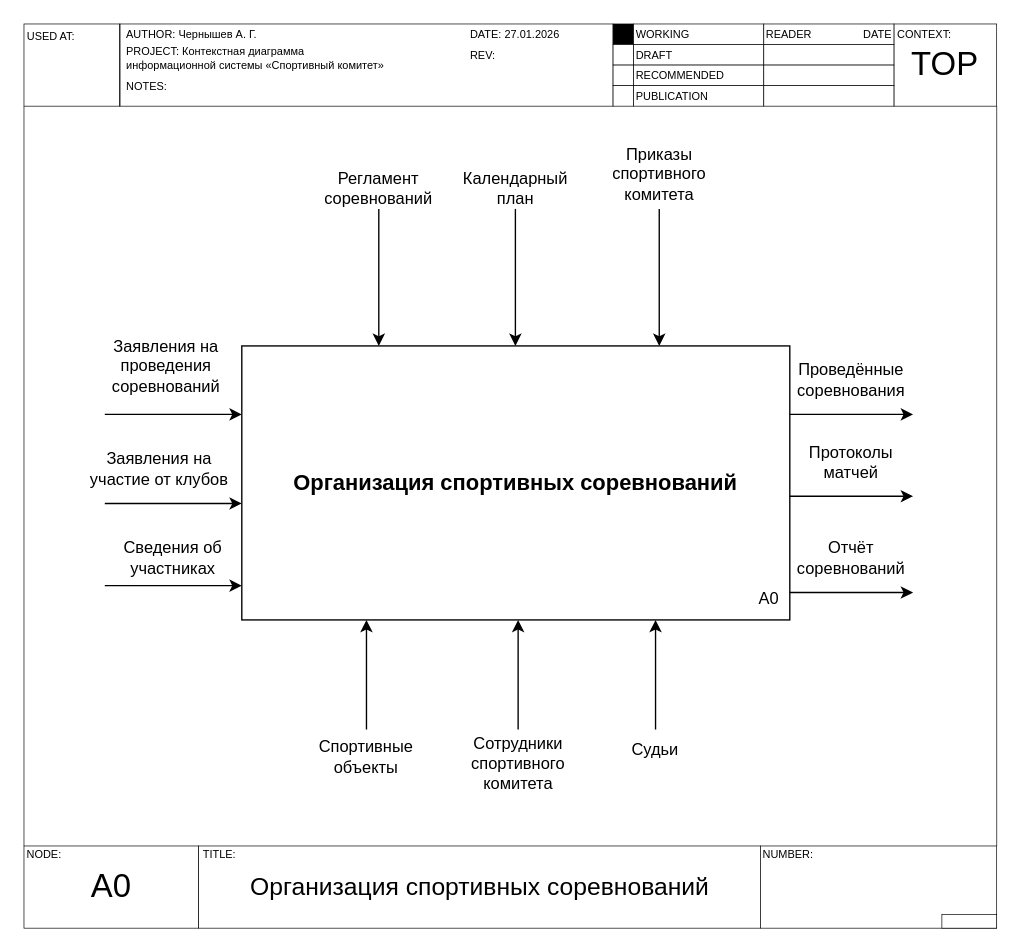
Before: page "IDEF0 (контекстная)" (1 of 10) of Диаграммы ИС «Спортивный комитет».drawio in antonch985/Education, a draw.io diagram. Source tidied: cells renumbered, new cells numbered last; positions are measured from the earlier drawing's top-left corner, leaving out a move shared by most shapes. Both pictures are drawn from the tidied source at 137%, with x=0, y=0 at pixel (23, 23).
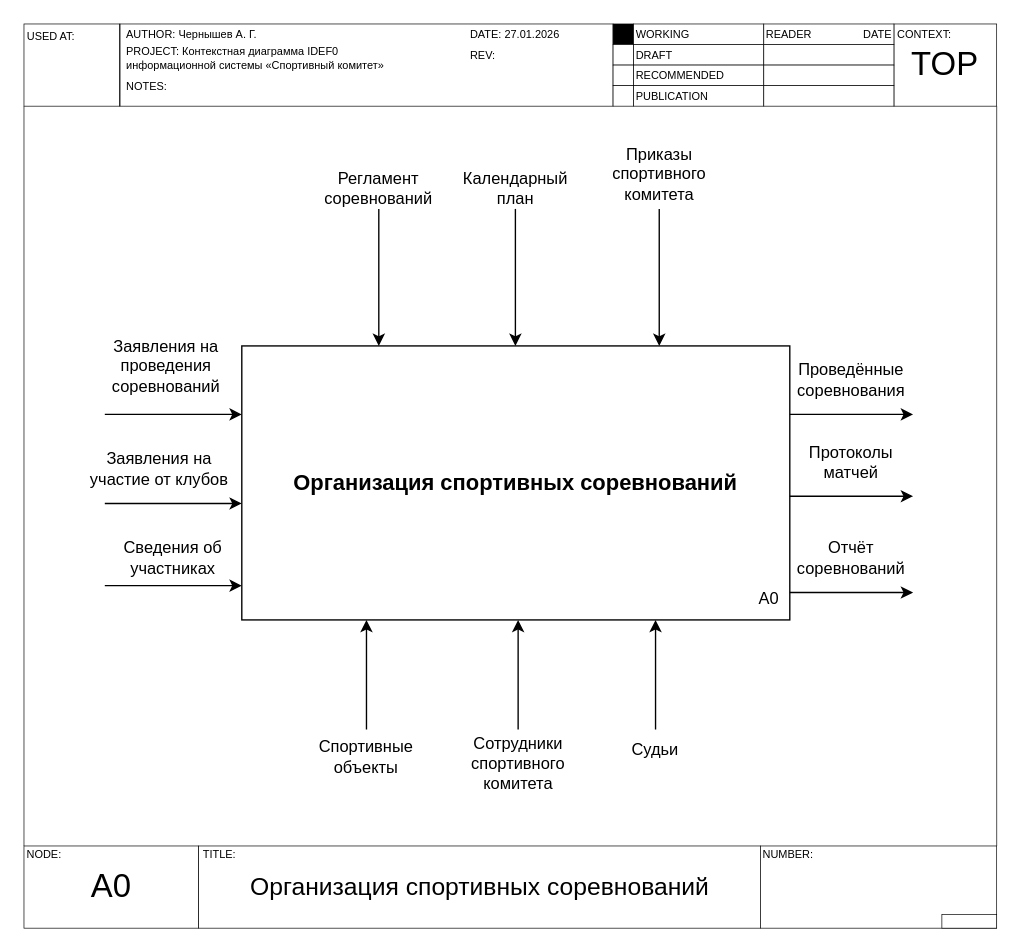
The same page after the edit.

The edit, as a diff of the source:
```diff
@@
-    <mxCell id="37" value="&lt;span&gt;PROJECT: Контекстная диаграмма информационной системы «Спортивный комитет»&lt;/span&gt;" style="text;html=1;whiteSpace=wrap;strokeColor=none;fillColor=none;align=left;verticalAlign=middle;rounded=0;strokeWidth=0.5;fontSize=8;" parent="1" vertex="1">
+    <mxCell id="37" value="&lt;span&gt;PROJECT: Контекстная диаграмма IDEF0 информационной системы «Спортивный комитет»&lt;/span&gt;" style="text;html=1;whiteSpace=wrap;strokeColor=none;fillColor=none;align=left;verticalAlign=middle;rounded=0;strokeWidth=0.5;fontSize=8;" parent="1" vertex="1">
       <mxGeometry x="72.5" y="15" width="197.5" height="20" as="geometry" />
     </mxCell>
```
